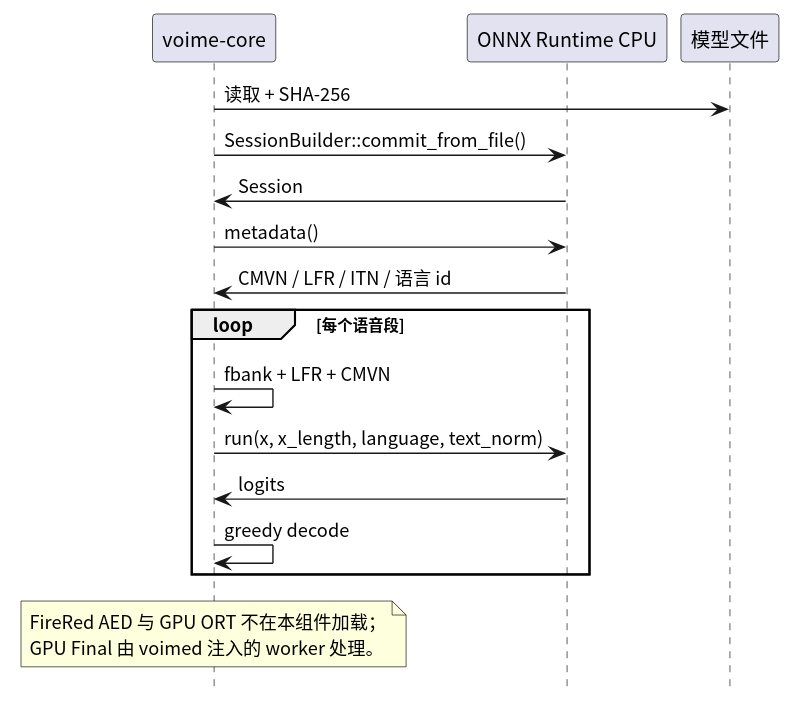
Earlier version of the PlantUML export crates/voime-core/diagram/inference-boundary.svg (54m43lJ/voime).
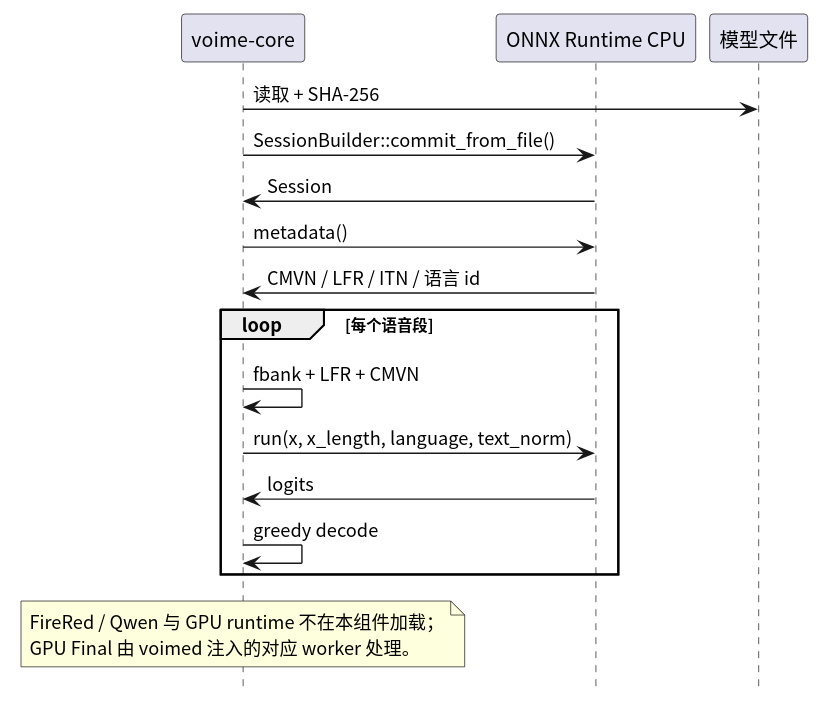
The same diagram one commit later.

Change to the diagram source:
```diff
@@ -21,7 +21,7 @@
 end
 
 note over Core
-  FireRed AED 与 GPU ORT 不在本组件加载；
-  GPU Final 由 voimed 注入的 worker 处理。
+  FireRed / Qwen 与 GPU runtime 不在本组件加载；
+  GPU Final 由 voimed 注入的对应 worker 处理。
 end note
 @enduml
```
